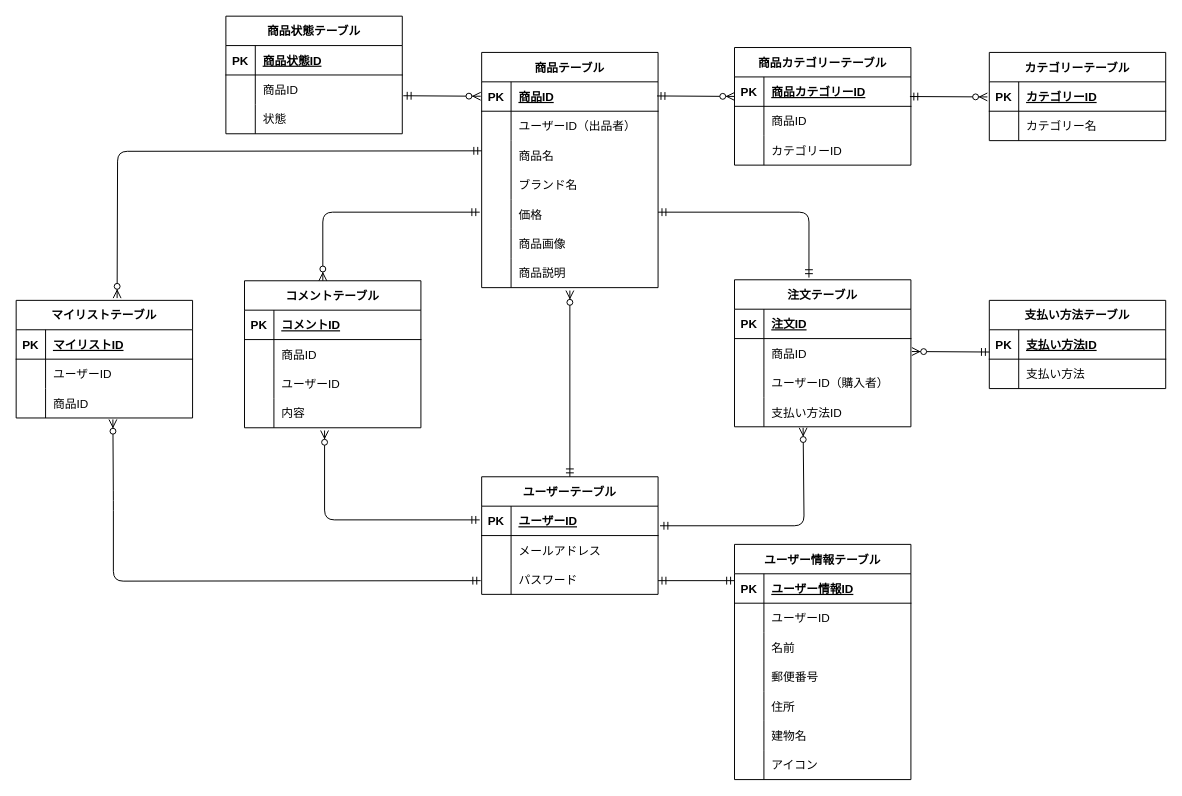
Above: ER.dio in sumiyoshi0123/coachtech-flea-market (draw.io), before the change. Source tidied: cells renumbered, new cells numbered last; positions are measured from the earlier drawing's top-left corner, leaving out a move shared by most shapes. Both pictures are drawn from the tidied source at 98%, with x=0, y=0 at pixel (16, 16).
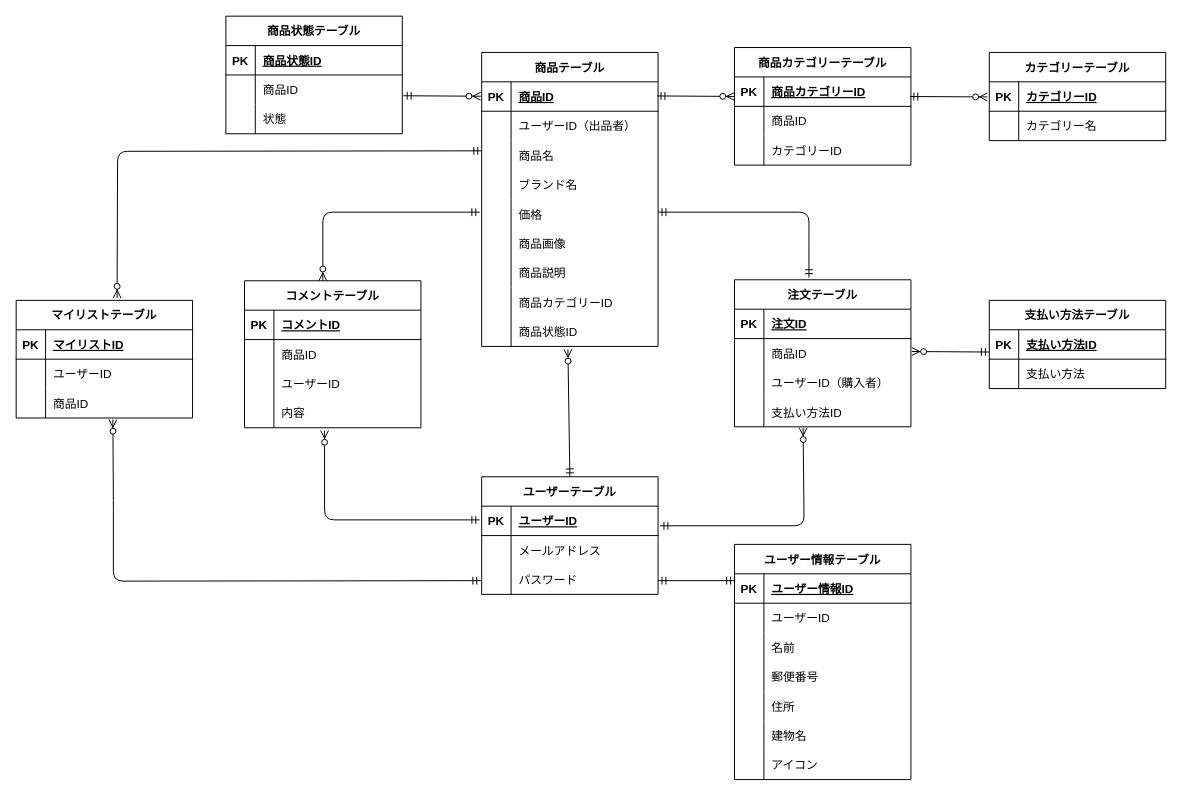
Above is the later version.

Unchanged cells that the change refers to:
```xml
<mxCell id="2" value="ユーザーテーブル" style="shape=table;startSize=30;childLayout=tableLayout;rowLines=0;fontStyle=1;align=center;" parent="1" vertex="1">
  <mxGeometry x="475" y="470" width="180" height="120" as="geometry" />
</mxCell>
```

Change to the diagram source:
```diff
@@
     <mxCell id="12" value="商品テーブル" style="shape=table;startSize=30;childLayout=tableLayout;rowLines=0;fontStyle=1;align=center;" parent="1" vertex="1">
-      <mxGeometry x="475" y="37" width="180" height="240" as="geometry" />
+      <mxGeometry x="475" y="37" width="180" height="300" as="geometry" />
     </mxCell>
@@
+    <mxCell id="138" style="shape=tableRow;horizontal=0;startSize=0;swimlaneHead=0;swimlaneBody=0;fillColor=none;top=0;left=0;right=0;bottom=0;" parent="12" vertex="1">
+      <mxGeometry y="240" width="180" height="30" as="geometry" />
+    </mxCell>
+    <mxCell id="139" style="shape=partialRectangle;fillColor=none;top=0;left=0;bottom=0;right=0;overflow=hidden;" parent="138" vertex="1">
+      <mxGeometry width="30" height="30" as="geometry" />
+    </mxCell>
+    <mxCell id="140" value="商品カテゴリーID" style="shape=partialRectangle;fillColor=none;top=0;left=0;bottom=0;right=0;align=left;spacingLeft=6;overflow=hidden;" parent="138" vertex="1">
+      <mxGeometry x="30" width="150" height="30" as="geometry" />
+    </mxCell>
+    <mxCell id="141" style="shape=tableRow;horizontal=0;startSize=0;swimlaneHead=0;swimlaneBody=0;fillColor=none;top=0;left=0;right=0;bottom=0;" parent="12" vertex="1">
+      <mxGeometry y="270" width="180" height="30" as="geometry" />
+    </mxCell>
+    <mxCell id="142" style="shape=partialRectangle;fillColor=none;top=0;left=0;bottom=0;right=0;overflow=hidden;" parent="141" vertex="1">
+      <mxGeometry width="30" height="30" as="geometry" />
+    </mxCell>
+    <mxCell id="143" value="商品状態ID" style="shape=partialRectangle;fillColor=none;top=0;left=0;bottom=0;right=0;align=left;spacingLeft=6;overflow=hidden;" parent="141" vertex="1">
+      <mxGeometry x="30" width="150" height="30" as="geometry" />
+    </mxCell>
@@
     <mxCell id="89" style="fontSize=12;html=1;endArrow=ERzeroToMany;startArrow=ERmandOne;exitX=0.5;exitY=0;exitDx=0;exitDy=0;" parent="1" edge="1" source="2">
       <mxGeometry relative="1" as="geometry">
-        <mxPoint x="565" y="280" as="targetPoint" />
+        <mxPoint x="563" y="340" as="targetPoint" />
       </mxGeometry>
     </mxCell>
```
